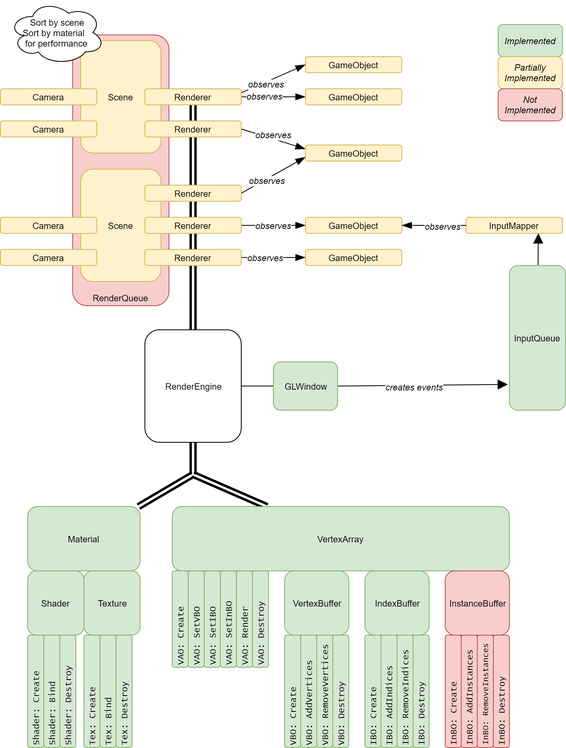
The draw.io diagram Engine Architecture.png in n4n0lix/kerosene, before a commit. Source tidied: cells renumbered, new cells last; positions are measured from the earlier drawing's top-left corner, leaving out a move shared by most shapes.
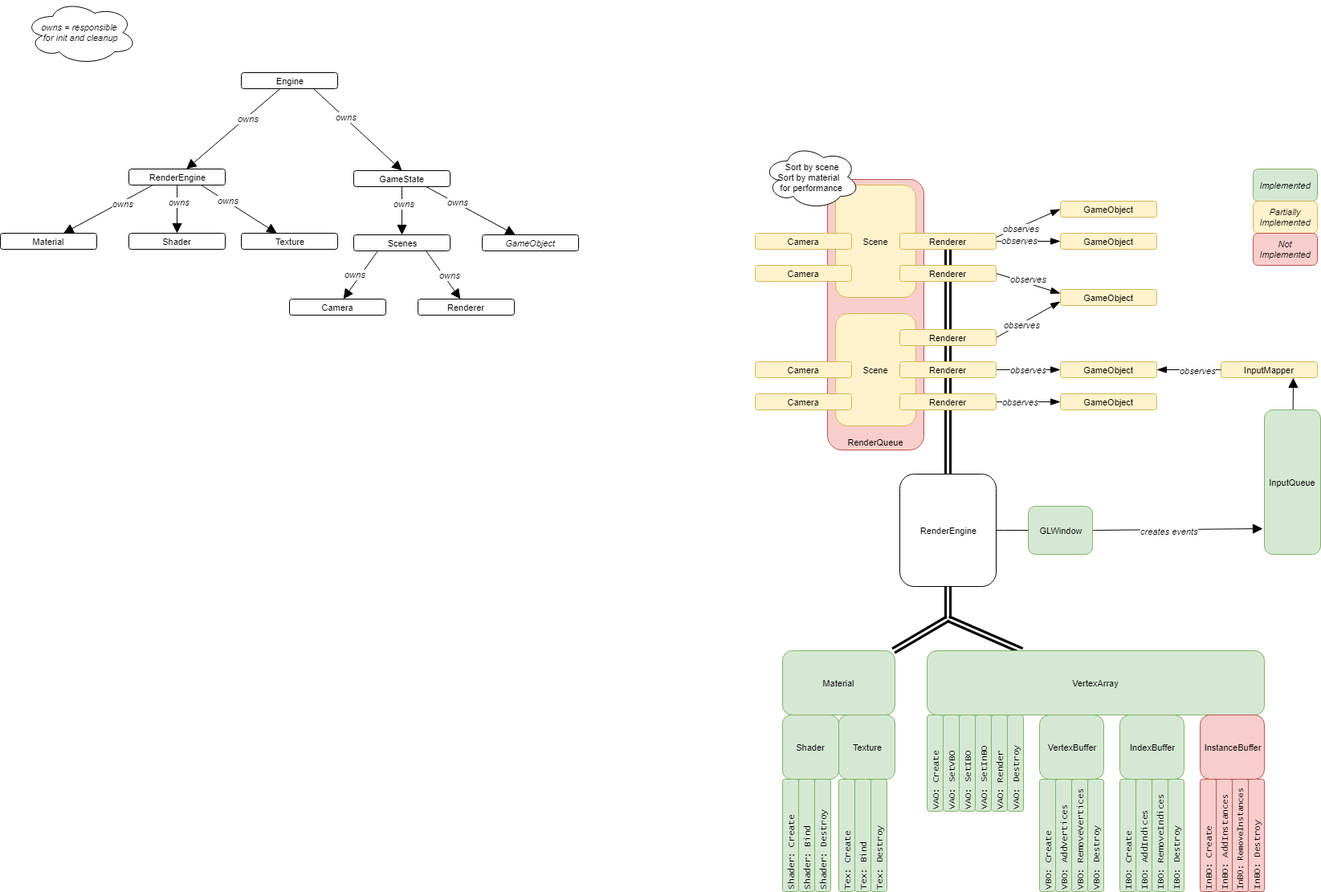
Above is the later version.

Change to the diagram source:
```diff
@@ -257,5 +257,96 @@
     <mxCell id="81" value="Not Implemented" style="rounded=1;whiteSpace=wrap;html=1;strokeColor=#b85450;fillColor=#f8cecc;fontFamily=Helvetica;fontSize=11;fontColor=#000000;align=center;fontStyle=2;" parent="1" vertex="1">
       <mxGeometry x="620" y="110" width="80" height="40" as="geometry" />
     </mxCell>
+    <mxCell id="82" style="edgeStyle=none;curved=1;jumpSize=6;html=1;entryX=0.5;entryY=0;startArrow=none;startFill=0;endArrow=block;endFill=1;endSize=10;jettySize=auto;strokeColor=#000000;strokeWidth=1;fontFamily=Helvetica;fontSize=11;fontColor=#000000;" parent="1" edge="1" source="84" target="87">
+      <mxGeometry relative="1" as="geometry" />
+    </mxCell>
+    <mxCell id="83" value="&lt;i&gt;owns&lt;/i&gt;" style="text;html=1;align=center;verticalAlign=middle;labelBackgroundColor=#ffffff;fontSize=11;fontFamily=Helvetica;fontColor=#000000;" parent="82" vertex="1">
+      <mxGeometry x="-0.3" y="2" relative="1" as="geometry" />
+    </mxCell>
+    <mxCell id="84" value="GameState" style="rounded=1;whiteSpace=wrap;html=1;strokeColor=#000000;fillColor=#ffffff;fontFamily=Helvetica;fontSize=11;fontColor=#000000;align=center;fontStyle=0;" parent="1" vertex="1">
+      <mxGeometry x="-500" y="32" width="120" height="20" as="geometry" />
+    </mxCell>
+    <mxCell id="85" style="edgeStyle=none;curved=1;jumpSize=6;html=1;exitX=0.75;exitY=1;startArrow=none;startFill=0;endArrow=block;endFill=1;endSize=10;jettySize=auto;strokeColor=#000000;strokeWidth=1;fontFamily=Helvetica;fontSize=11;fontColor=#000000;" parent="1" edge="1" source="87" target="88">
+      <mxGeometry relative="1" as="geometry" />
+    </mxCell>
+    <mxCell id="86" value="&lt;i&gt;owns&lt;/i&gt;" style="text;html=1;align=center;verticalAlign=middle;labelBackgroundColor=#ffffff;fontSize=11;fontFamily=Helvetica;fontColor=#000000;" parent="85" vertex="1">
+      <mxGeometry x="0.37" y="-1" relative="1" as="geometry">
+        <mxPoint x="1" y="-11" as="offset" />
+      </mxGeometry>
+    </mxCell>
+    <mxCell id="87" value="Scenes" style="rounded=1;whiteSpace=wrap;html=1;strokeColor=#000000;fillColor=#ffffff;fontFamily=Helvetica;fontSize=11;fontColor=#000000;align=center;fontStyle=0;" parent="1" vertex="1">
+      <mxGeometry x="-500" y="112" width="120" height="20" as="geometry" />
+    </mxCell>
+    <mxCell id="88" value="Renderer" style="rounded=1;whiteSpace=wrap;html=1;strokeColor=#000000;fillColor=#ffffff;fontFamily=Helvetica;fontSize=11;fontColor=#000000;align=center;fontStyle=0;" parent="1" vertex="1">
+      <mxGeometry x="-420" y="192" width="120" height="20" as="geometry" />
+    </mxCell>
+    <mxCell id="89" value="&lt;span&gt;owns = responsible&amp;nbsp;&lt;/span&gt;&lt;div&gt;&lt;span&gt;for init and cleanup&lt;/span&gt;&lt;/div&gt;" style="ellipse;shape=cloud;whiteSpace=wrap;html=1;rounded=0;strokeColor=#000000;fillColor=#ffffff;fontFamily=Helvetica;fontSize=11;fontColor=#000000;align=center;fontStyle=2;" parent="1" vertex="1">
+      <mxGeometry x="-910" y="-180" width="140" height="80" as="geometry" />
+    </mxCell>
+    <mxCell id="90" value="GameObject" style="rounded=1;whiteSpace=wrap;html=1;strokeColor=#000000;fillColor=#ffffff;fontFamily=Helvetica;fontSize=11;fontColor=#000000;align=center;fontStyle=2;" parent="1" vertex="1">
+      <mxGeometry x="-340" y="112" width="120" height="20" as="geometry" />
+    </mxCell>
+    <mxCell id="91" value="Engine" style="rounded=1;whiteSpace=wrap;html=1;strokeColor=#000000;fillColor=#ffffff;fontFamily=Helvetica;fontSize=11;fontColor=#000000;align=center;fontStyle=0;" parent="1" vertex="1">
+      <mxGeometry x="-640" y="-90" width="120" height="20" as="geometry" />
+    </mxCell>
+    <mxCell id="92" style="edgeStyle=none;curved=1;jumpSize=6;html=1;exitX=0.75;exitY=1;entryX=0.5;entryY=0;startArrow=none;startFill=0;endArrow=block;endFill=1;endSize=10;jettySize=auto;strokeColor=#000000;strokeWidth=1;fontFamily=Helvetica;fontSize=11;fontColor=#000000;" parent="1" edge="1" source="91" target="84">
+      <mxGeometry relative="1" as="geometry" />
+    </mxCell>
+    <mxCell id="93" value="&lt;i&gt;owns&lt;/i&gt;" style="text;html=1;align=center;verticalAlign=middle;labelBackgroundColor=#ffffff;fontSize=11;fontFamily=Helvetica;fontColor=#000000;" parent="92" vertex="1">
+      <mxGeometry x="-0.3" y="2" relative="1" as="geometry" />
+    </mxCell>
+    <mxCell id="94" value="RenderEngine" style="rounded=1;whiteSpace=wrap;html=1;strokeColor=#000000;fillColor=#ffffff;fontFamily=Helvetica;fontSize=11;fontColor=#000000;align=center;fontStyle=0;" parent="1" vertex="1">
+      <mxGeometry x="-780" y="30" width="120" height="20" as="geometry" />
+    </mxCell>
+    <mxCell id="95" style="edgeStyle=none;curved=1;jumpSize=6;html=1;startArrow=none;startFill=0;endArrow=block;endFill=1;endSize=10;jettySize=auto;strokeColor=#000000;strokeWidth=1;fontFamily=Helvetica;fontSize=11;fontColor=#000000;" parent="1" edge="1" source="91" target="94">
+      <mxGeometry relative="1" as="geometry" />
+    </mxCell>
+    <mxCell id="96" value="&lt;i&gt;owns&lt;/i&gt;" style="text;html=1;align=center;verticalAlign=middle;labelBackgroundColor=#ffffff;fontSize=11;fontFamily=Helvetica;fontColor=#000000;" parent="95" vertex="1">
+      <mxGeometry x="-0.3" y="2" relative="1" as="geometry" />
+    </mxCell>
+    <mxCell id="97" style="edgeStyle=none;curved=1;jumpSize=6;html=1;startArrow=none;startFill=0;endArrow=block;endFill=1;endSize=10;jettySize=auto;strokeColor=#000000;strokeWidth=1;fontFamily=Helvetica;fontSize=11;fontColor=#000000;exitX=0.75;exitY=1;" parent="1" edge="1" source="84" target="90">
+      <mxGeometry relative="1" as="geometry" />
+    </mxCell>
+    <mxCell id="98" value="&lt;i&gt;owns&lt;/i&gt;" style="text;html=1;align=center;verticalAlign=middle;labelBackgroundColor=#ffffff;fontSize=11;fontFamily=Helvetica;fontColor=#000000;" parent="97" vertex="1">
+      <mxGeometry x="-0.3" y="2" relative="1" as="geometry" />
+    </mxCell>
+    <mxCell id="99" value="Texture" style="rounded=1;whiteSpace=wrap;html=1;strokeColor=#000000;fillColor=#ffffff;fontFamily=Helvetica;fontSize=11;fontColor=#000000;align=center;fontStyle=0;" parent="1" vertex="1">
+      <mxGeometry x="-640" y="110" width="120" height="20" as="geometry" />
+    </mxCell>
+    <mxCell id="100" value="Shader" style="rounded=1;whiteSpace=wrap;html=1;strokeColor=#000000;fillColor=#ffffff;fontFamily=Helvetica;fontSize=11;fontColor=#000000;align=center;fontStyle=0;" parent="1" vertex="1">
+      <mxGeometry x="-780" y="110" width="120" height="20" as="geometry" />
+    </mxCell>
+    <mxCell id="101" value="Material" style="rounded=1;whiteSpace=wrap;html=1;strokeColor=#000000;fillColor=#ffffff;fontFamily=Helvetica;fontSize=11;fontColor=#000000;align=center;fontStyle=0;" parent="1" vertex="1">
+      <mxGeometry x="-940" y="110" width="120" height="20" as="geometry" />
+    </mxCell>
+    <mxCell id="102" style="edgeStyle=none;curved=1;jumpSize=6;html=1;startArrow=none;startFill=0;endArrow=block;endFill=1;endSize=10;jettySize=auto;strokeColor=#000000;strokeWidth=1;fontFamily=Helvetica;fontSize=11;fontColor=#000000;exitX=0.25;exitY=1;" parent="1" edge="1" source="94" target="101">
+      <mxGeometry relative="1" as="geometry" />
+    </mxCell>
+    <mxCell id="103" value="&lt;i&gt;owns&lt;/i&gt;" style="text;html=1;align=center;verticalAlign=middle;labelBackgroundColor=#ffffff;fontSize=11;fontFamily=Helvetica;fontColor=#000000;" parent="102" vertex="1">
+      <mxGeometry x="-0.3" y="2" relative="1" as="geometry" />
+    </mxCell>
+    <mxCell id="104" style="edgeStyle=none;curved=1;jumpSize=6;html=1;startArrow=none;startFill=0;endArrow=block;endFill=1;endSize=10;jettySize=auto;strokeColor=#000000;strokeWidth=1;fontFamily=Helvetica;fontSize=11;fontColor=#000000;exitX=0.5;exitY=1;" parent="1" edge="1" source="94" target="100">
+      <mxGeometry relative="1" as="geometry" />
+    </mxCell>
+    <mxCell id="105" value="&lt;i&gt;owns&lt;/i&gt;" style="text;html=1;align=center;verticalAlign=middle;labelBackgroundColor=#ffffff;fontSize=11;fontFamily=Helvetica;fontColor=#000000;" parent="104" vertex="1">
+      <mxGeometry x="-0.3" y="2" relative="1" as="geometry" />
+    </mxCell>
+    <mxCell id="106" style="edgeStyle=none;curved=1;jumpSize=6;html=1;startArrow=none;startFill=0;endArrow=block;endFill=1;endSize=10;jettySize=auto;strokeColor=#000000;strokeWidth=1;fontFamily=Helvetica;fontSize=11;fontColor=#000000;exitX=0.75;exitY=1;" parent="1" edge="1" source="94" target="99">
+      <mxGeometry relative="1" as="geometry" />
+    </mxCell>
+    <mxCell id="107" value="&lt;i&gt;owns&lt;/i&gt;" style="text;html=1;align=center;verticalAlign=middle;labelBackgroundColor=#ffffff;fontSize=11;fontFamily=Helvetica;fontColor=#000000;" parent="106" vertex="1">
+      <mxGeometry x="-0.3" y="2" relative="1" as="geometry" />
+    </mxCell>
+    <mxCell id="108" value="Camera" style="rounded=1;whiteSpace=wrap;html=1;strokeColor=#000000;fillColor=#ffffff;fontFamily=Helvetica;fontSize=11;fontColor=#000000;align=center;fontStyle=0;" parent="1" vertex="1">
+      <mxGeometry x="-580" y="192" width="120" height="20" as="geometry" />
+    </mxCell>
+    <mxCell id="109" style="edgeStyle=none;curved=1;jumpSize=6;html=1;exitX=0.25;exitY=1;startArrow=none;startFill=0;endArrow=block;endFill=1;endSize=10;jettySize=auto;strokeColor=#000000;strokeWidth=1;fontFamily=Helvetica;fontSize=11;fontColor=#000000;" parent="1" edge="1" source="87" target="108">
+      <mxGeometry relative="1" as="geometry" />
+    </mxCell>
+    <mxCell id="110" value="&lt;i&gt;owns&lt;/i&gt;" style="text;html=1;align=center;verticalAlign=middle;labelBackgroundColor=#ffffff;fontSize=11;fontFamily=Helvetica;fontColor=#000000;" parent="109" vertex="1">
+      <mxGeometry x="0.37" y="-1" relative="1" as="geometry">
+        <mxPoint x="1" y="-11" as="offset" />
+      </mxGeometry>
+    </mxCell>
   </root>
 </mxGraphModel>
```
